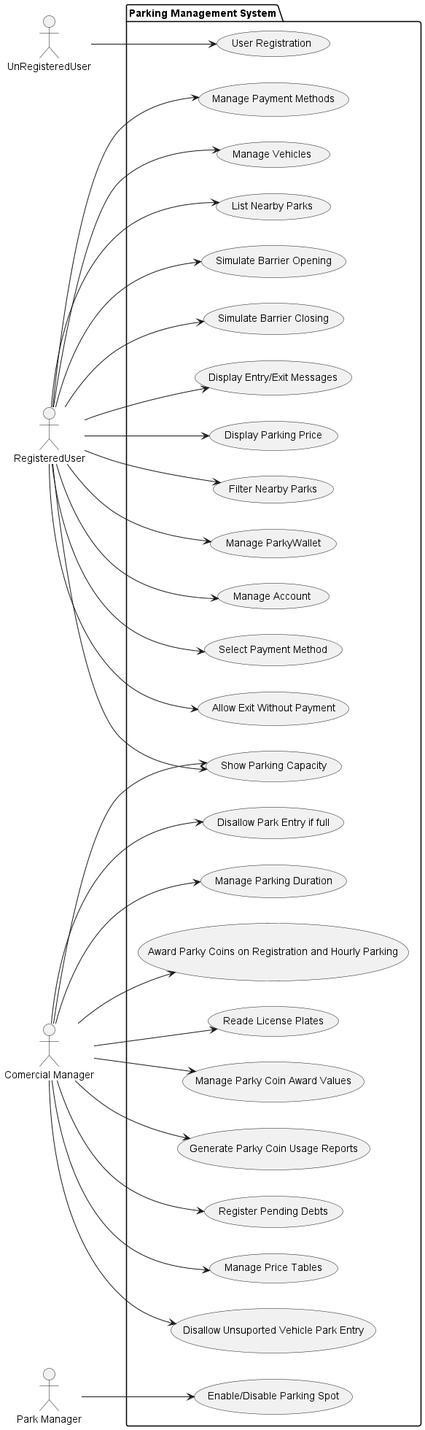
The PlantUML diagram diagrams/usercase diagram.png in 1181479/Park_Management_System_GraphQL, before a commit.
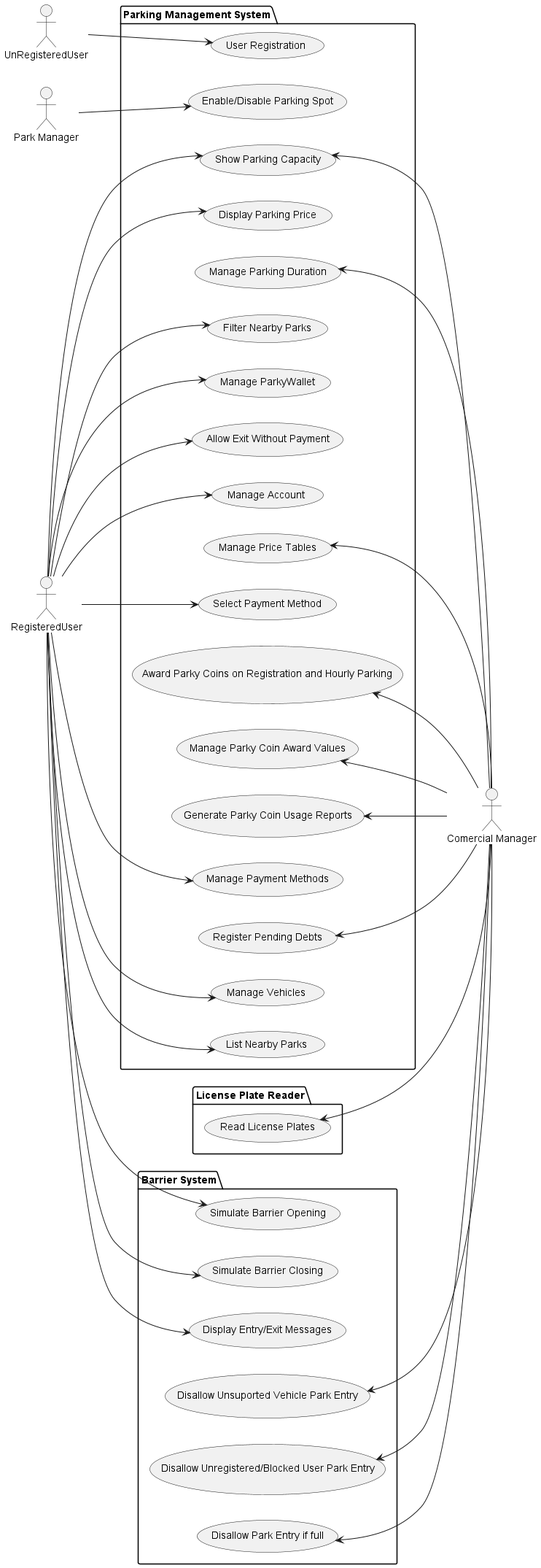
Later version of the same file.

What changed in the source:
```diff
@@ -10,15 +10,8 @@
     usecase "Manage Payment Methods" as UC2
     usecase "Manage Vehicles" as UC3
     usecase "List Nearby Parks" as UC4
-    usecase "Simulate Barrier Opening" as UC5
-    usecase "Simulate Barrier Closing" as UC6
-    usecase "Display Entry/Exit Messages" as UC7
-    usecase "Disallow Unsuported Vehicle Park Entry" as UC8
-    usecase "Disallow Unregistered/Blocked User Park Entry" as UC9
-    usecase "Disallow Park Entry if full" as UC9
     usecase "Manage Parking Duration" as UC10
     usecase "Show Parking Capacity" as UC11
-    usecase "Reade License Plates" as UC12
     usecase "Display Parking Price" as UC13
     usecase "Filter Nearby Parks" as UC14
     usecase "Manage ParkyWallet" as UC15
@@ -33,6 +26,19 @@
     usecase "Allow Exit Without Payment" as UC24
 }
 
+package "License Plate Reader"{
+    usecase "Read License Plates" as UC12
+}
+
+package "Barrier System" {
+    usecase "Simulate Barrier Opening" as UC5
+    usecase "Simulate Barrier Closing" as UC6
+    usecase "Display Entry/Exit Messages" as UC7
+    usecase "Disallow Unsuported Vehicle Park Entry" as UC8
+    usecase "Disallow Unregistered/Blocked User Park Entry" as UC9
+    usecase "Disallow Park Entry if full" as UC25
+}
+
 unuser --> UC1
 user --> UC2
 user --> UC3
@@ -40,23 +46,24 @@
 user --> UC5
 user --> UC6
 user --> UC7
-manager --> UC8
-manager --> UC9
-manager --> UC10
-manager --> UC11
+UC8 <-- manager
+UC9 <-- manager
+UC10 <-- manager
+UC11 <-- manager
 user --> UC11
-manager --> UC12
+UC12 <-- manager
 user --> UC13
 user --> UC14
 user --> UC15
-manager --> UC16
+UC16 <-- manager
 park --> UC17
-manager --> UC18
-manager --> UC19
-manager --> UC20
+UC18 <-- manager
+UC19 <-- manager
+UC20 <-- manager
 user --> UC21
-manager --> UC22
+UC22 <-- manager
 user --> UC23
 user --> UC24
+UC25 <-- manager
 
 @enduml
```
